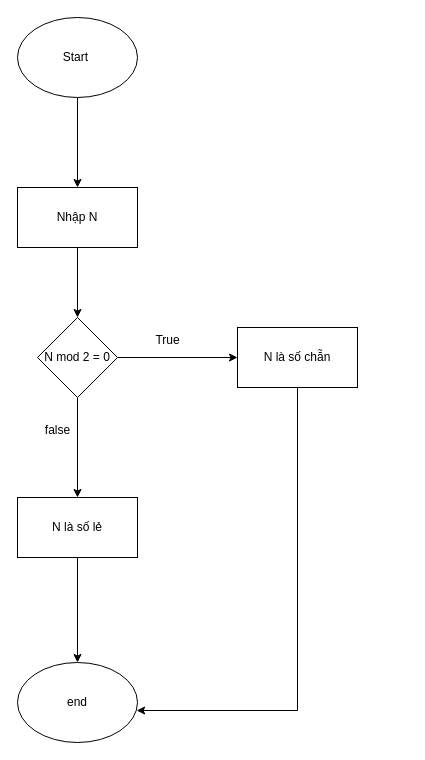
Earlier version of the draw.io diagram kiểm tra chẵn lẻ.drawio (phamcongthanhvn2k6/draw.io). Source tidied: cells renumbered, new cells numbered last; positions are measured from the earlier drawing's top-left corner, leaving out a move shared by most shapes. Both pictures are drawn from the tidied source at 100%, with x=0, y=0 at pixel (17, 17).
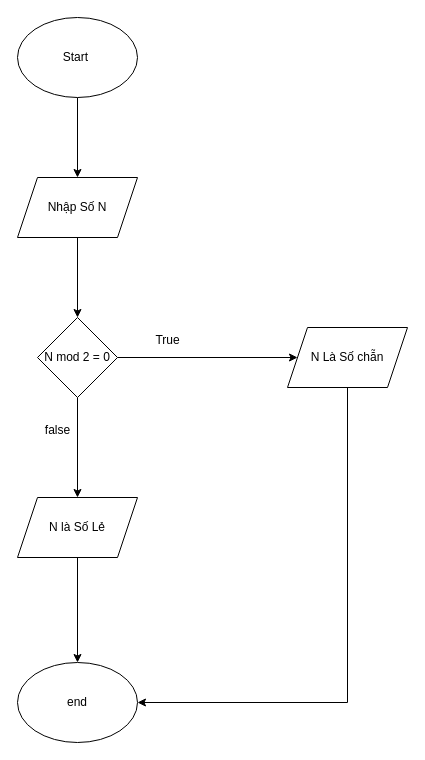
Above is the later version.

Commit message:
Cập nhật kiểm tra chẵn lẻ.drawio

What changed in the source:
```diff
@@
 <mxGraphModel>
   <root>
     <mxCell id="0" />
     <mxCell id="1" parent="0" />
-    <mxCell id="2" style="edgeStyle=orthogonalEdgeStyle;rounded=0;jettySize=auto;html=1;" parent="1" edge="1" source="3" target="5">
+    <mxCell id="2" style="edgeStyle=orthogonalEdgeStyle;rounded=0;jettySize=auto;html=1;entryX=0.5;entryY=0;entryDx=0;entryDy=0;" parent="1" edge="1" source="3" target="16">
       <mxGeometry relative="1" as="geometry" />
     </mxCell>
     <mxCell id="3" value="Start&amp;nbsp;" style="ellipse;whiteSpace=wrap;html=1;" parent="1" vertex="1">
       <mxGeometry width="120" height="80" as="geometry" />
     </mxCell>
-    <mxCell id="4" style="edgeStyle=orthogonalEdgeStyle;rounded=0;jettySize=auto;html=1;" parent="1" edge="1" source="5" target="8">
+    <mxCell id="4" style="edgeStyle=orthogonalEdgeStyle;rounded=0;jettySize=auto;html=1;exitX=0.5;exitY=1;exitDx=0;exitDy=0;" parent="1" edge="1" source="16" target="8">
       <mxGeometry relative="1" as="geometry" />
     </mxCell>
-    <mxCell id="5" value="Nhập N" style="whiteSpace=wrap;html=1;" parent="1" vertex="1">
-      <mxGeometry y="170" width="120" height="60" as="geometry" />
-    </mxCell>
-    <mxCell id="6" style="edgeStyle=orthogonalEdgeStyle;rounded=0;jettySize=auto;html=1;" parent="1" edge="1" source="8" target="9">
+    <mxCell id="6" style="edgeStyle=orthogonalEdgeStyle;rounded=0;jettySize=auto;html=1;entryX=0;entryY=0.5;entryDx=0;entryDy=0;" parent="1" edge="1" source="8" target="18">
       <mxGeometry relative="1" as="geometry" />
     </mxCell>
-    <mxCell id="7" style="edgeStyle=orthogonalEdgeStyle;rounded=0;jettySize=auto;html=1;" parent="1" edge="1" source="8" target="12">
+    <mxCell id="7" style="edgeStyle=orthogonalEdgeStyle;rounded=0;jettySize=auto;html=1;entryX=0.5;entryY=0;entryDx=0;entryDy=0;" parent="1" edge="1" source="8" target="19">
       <mxGeometry relative="1" as="geometry" />
     </mxCell>
     <mxCell id="8" value="N mod 2 = 0" style="rhombus;whiteSpace=wrap;html=1;" parent="1" vertex="1">
       <mxGeometry x="20" y="300" width="80" height="80" as="geometry" />
     </mxCell>
-    <mxCell id="9" value="N là số chẵn" style="whiteSpace=wrap;html=1;" parent="1" vertex="1">
-      <mxGeometry x="220" y="310" width="120" height="60" as="geometry" />
-    </mxCell>
     <mxCell id="10" value="True" style="text;html=1;align=center;verticalAlign=middle;strokeColor=none;fillColor=none;" parent="1" vertex="1">
       <mxGeometry x="125" y="308" width="50" height="30" as="geometry" />
     </mxCell>
-    <mxCell id="11" style="edgeStyle=orthogonalEdgeStyle;rounded=0;jettySize=auto;html=1;entryX=0.5;entryY=0;entryDx=0;entryDy=0;" parent="1" edge="1" source="12" target="14">
+    <mxCell id="11" style="edgeStyle=orthogonalEdgeStyle;rounded=0;jettySize=auto;html=1;entryX=0.5;entryY=0;entryDx=0;entryDy=0;exitX=0.5;exitY=1;exitDx=0;exitDy=0;" parent="1" edge="1" source="19" target="14">
       <mxGeometry relative="1" as="geometry" />
     </mxCell>
-    <mxCell id="12" value="N là số lẻ" style="whiteSpace=wrap;html=1;" parent="1" vertex="1">
-      <mxGeometry y="480" width="120" height="60" as="geometry" />
-    </mxCell>
     <mxCell id="13" value="false" style="text;html=1;align=center;verticalAlign=middle;strokeColor=none;fillColor=none;" parent="1" vertex="1">
       <mxGeometry x="15" y="398" width="50" height="30" as="geometry" />
     </mxCell>
     <mxCell id="14" value="end" style="ellipse;whiteSpace=wrap;html=1;" parent="1" vertex="1">
       <mxGeometry y="645" width="120" height="80" as="geometry" />
     </mxCell>
-    <mxCell id="15" style="edgeStyle=orthogonalEdgeStyle;rounded=0;jettySize=auto;html=1;exitX=0.5;exitY=1;exitDx=0;exitDy=0;entryX=0.993;entryY=0.6;entryDx=0;entryDy=0;entryPerimeter=0;" parent="1" edge="1" source="9" target="14">
-      <mxGeometry relative="1" as="geometry" />
-    </mxCell>
+    <mxCell id="16" value="Nhập Số N" style="shape=parallelogram;perimeter=parallelogramPerimeter;whiteSpace=wrap;html=1;fixedSize=1;" parent="1" vertex="1">
+      <mxGeometry y="160" width="120" height="60" as="geometry" />
+    </mxCell>
+    <mxCell id="17" style="edgeStyle=orthogonalEdgeStyle;rounded=0;jettySize=auto;html=1;exitX=0.5;exitY=1;exitDx=0;exitDy=0;entryX=1;entryY=0.5;entryDx=0;entryDy=0;" parent="1" edge="1" source="18" target="14">
+      <mxGeometry relative="1" as="geometry" />
+    </mxCell>
+    <mxCell id="18" value="N Là Số chẵn" style="shape=parallelogram;perimeter=parallelogramPerimeter;whiteSpace=wrap;html=1;fixedSize=1;" parent="1" vertex="1">
+      <mxGeometry x="270" y="310" width="120" height="60" as="geometry" />
+    </mxCell>
+    <mxCell id="19" value="N là Số Lẻ" style="shape=parallelogram;perimeter=parallelogramPerimeter;whiteSpace=wrap;html=1;fixedSize=1;" parent="1" vertex="1">
+      <mxGeometry y="480" width="120" height="60" as="geometry" />
+    </mxCell>
   </root>
 </mxGraphModel>
```
